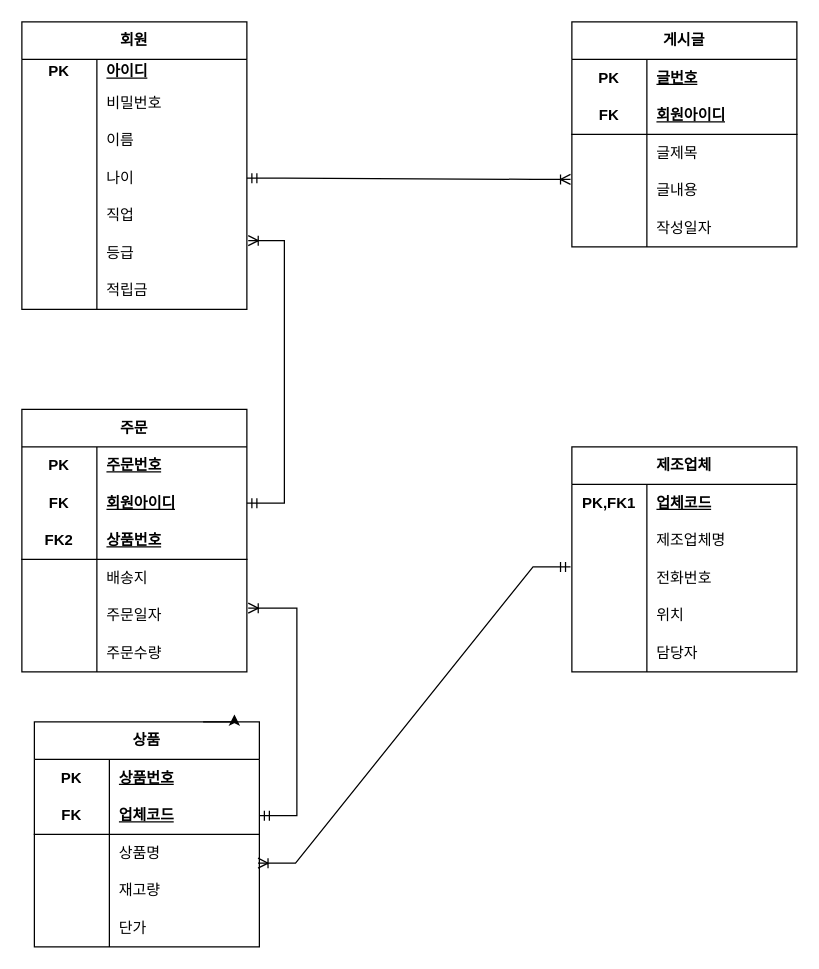
Above: page "relation" (2 of 2) of 한빛마트.drawio in MANDOJU1/oracle-sources (draw.io), before the change. Source tidied: cells renumbered, new cells numbered last; positions are measured from the earlier drawing's top-left corner, leaving out a move shared by most shapes. Both pictures are drawn from the tidied source at 125%, with x=0, y=0 at pixel (21, 21).
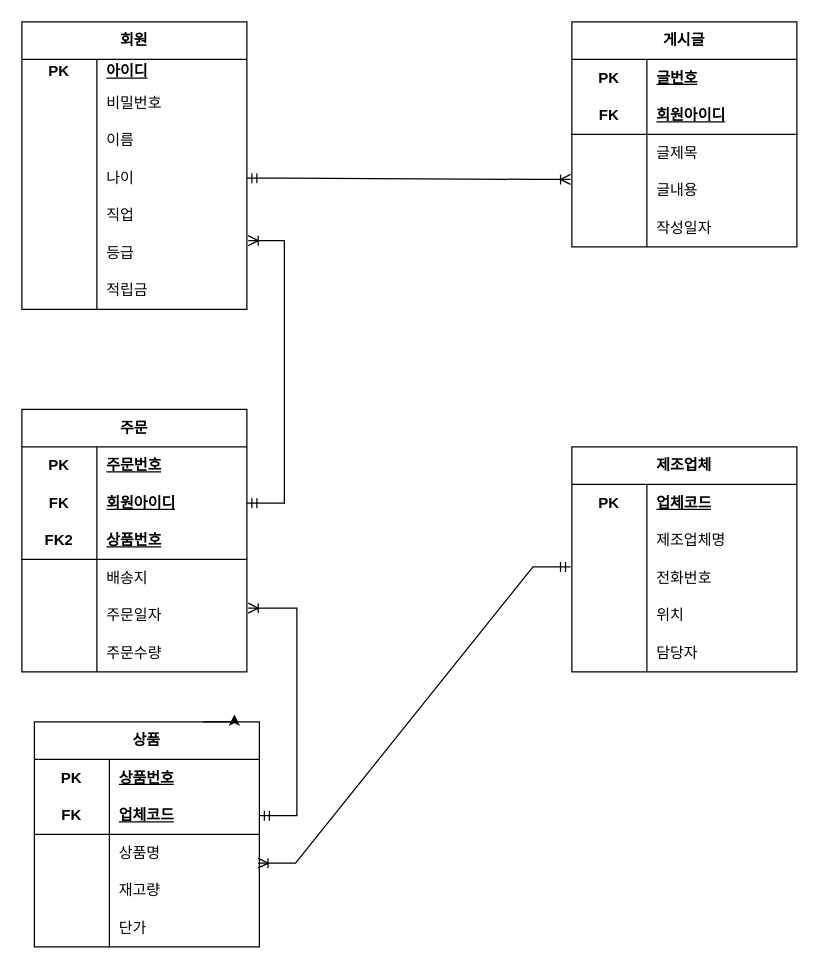
The same diagram, later.

Commit message:
한빛마트.drawio 업데이트

The change refers to these unchanged cells:
```xml
<mxCell id="77" style="shape=tableRow;horizontal=0;startSize=0;swimlaneHead=0;swimlaneBody=0;fillColor=none;top=0;left=0;right=0;bottom=0;html=1;" parent="76" vertex="1">
  <mxGeometry y="30" width="180" height="30" as="geometry" />
</mxCell>
```

What changed in the source:
```diff
@@
-    <mxCell id="78" value="PK,FK1" style="shape=partialRectangle;fillColor=none;top=0;left=0;bottom=0;right=0;fontStyle=1;overflow=hidden;html=1;whiteSpace=wrap;" parent="77" vertex="1">
+    <mxCell id="78" value="PK" style="shape=partialRectangle;fillColor=none;top=0;left=0;bottom=0;right=0;fontStyle=1;overflow=hidden;html=1;whiteSpace=wrap;" parent="77" vertex="1">
       <mxGeometry width="60" height="30" as="geometry" />
     </mxCell>
```
